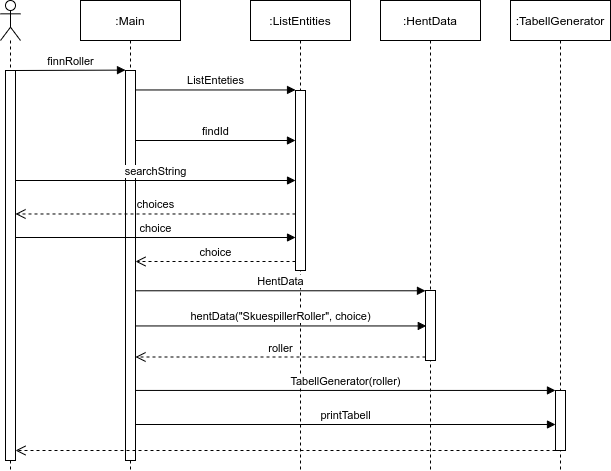
This is img/Sequence_Roller.png from Lunarage/TDT4145, a draw.io export, as it was before one commit. Source tidied: cells renumbered, new cells last; positions are measured from the earlier drawing's top-left corner, leaving out a move shared by most shapes. Its diagram source:
```xml
<mxGraphModel>
  <root>
    <mxCell id="0" />
    <mxCell id="1" parent="0" />
    <mxCell id="2" value=":Main" style="shape=umlLifeline;perimeter=lifelinePerimeter;whiteSpace=wrap;html=1;" parent="1" vertex="1">
      <mxGeometry x="80" width="100" height="470" as="geometry" />
    </mxCell>
    <mxCell id="3" style="html=1;points=[];perimeter=orthogonalPerimeter;" parent="2" vertex="1">
      <mxGeometry x="45" y="70" width="10" height="390" as="geometry" />
    </mxCell>
    <mxCell id="4" value=":ListEntities" style="shape=umlLifeline;perimeter=lifelinePerimeter;whiteSpace=wrap;html=1;" parent="1" vertex="1">
      <mxGeometry x="250" width="100" height="470" as="geometry" />
    </mxCell>
    <mxCell id="5" style="html=1;points=[];perimeter=orthogonalPerimeter;" parent="4" vertex="1">
      <mxGeometry x="45" y="90" width="10" height="180" as="geometry" />
    </mxCell>
    <mxCell id="6" value="findId" style="html=1;verticalAlign=bottom;endArrow=block;entryX=-0.002;entryY=0.499;entryDx=0;entryDy=0;entryPerimeter=0;" parent="1" edge="1">
      <mxGeometry relative="1" as="geometry">
        <mxPoint x="135" y="140" as="sourcePoint" />
        <mxPoint x="295" y="140" as="targetPoint" />
      </mxGeometry>
    </mxCell>
    <mxCell id="7" value="choice" style="html=1;verticalAlign=bottom;endArrow=open;dashed=1;endSize=8;exitX=0;exitY=0.95;" parent="1" edge="1" source="5" target="3">
      <mxGeometry relative="1" as="geometry" />
    </mxCell>
    <mxCell id="8" value=":HentData" style="shape=umlLifeline;perimeter=lifelinePerimeter;whiteSpace=wrap;html=1;" parent="1" vertex="1">
      <mxGeometry x="380" width="100" height="470" as="geometry" />
    </mxCell>
    <mxCell id="9" style="html=1;points=[];perimeter=orthogonalPerimeter;" parent="8" vertex="1">
      <mxGeometry x="45" y="290" width="10" height="70" as="geometry" />
    </mxCell>
    <mxCell id="10" value=":TabellGenerator" style="shape=umlLifeline;perimeter=lifelinePerimeter;whiteSpace=wrap;html=1;" parent="1" vertex="1">
      <mxGeometry x="510" width="100" height="470" as="geometry" />
    </mxCell>
    <mxCell id="11" style="html=1;points=[];perimeter=orthogonalPerimeter;" parent="10" vertex="1">
      <mxGeometry x="45" y="390" width="10" height="60" as="geometry" />
    </mxCell>
    <mxCell id="12" value="hentData(&quot;SkuespillerRoller&quot;, choice)" style="html=1;verticalAlign=bottom;endArrow=block;entryX=0.08;entryY=0.635;entryDx=0;entryDy=0;entryPerimeter=0;" parent="1" edge="1">
      <mxGeometry relative="1" as="geometry">
        <mxPoint x="135" y="325.5" as="sourcePoint" />
        <mxPoint x="425.8" y="325.5" as="targetPoint" />
      </mxGeometry>
    </mxCell>
    <mxCell id="13" value="roller" style="html=1;verticalAlign=bottom;endArrow=open;dashed=1;endSize=8;exitX=0;exitY=0.95;" parent="1" edge="1" source="9" target="3">
      <mxGeometry relative="1" as="geometry" />
    </mxCell>
    <mxCell id="14" value="printTabell" style="html=1;verticalAlign=bottom;endArrow=block;entryX=0;entryY=1;entryDx=0;entryDy=0;entryPerimeter=0;" parent="1" edge="1">
      <mxGeometry relative="1" as="geometry">
        <mxPoint x="135" y="424" as="sourcePoint" />
        <mxPoint x="555" y="424" as="targetPoint" />
      </mxGeometry>
    </mxCell>
    <mxCell id="15" style="shape=umlLifeline;participant=umlActor;perimeter=lifelinePerimeter;whiteSpace=wrap;html=1;verticalAlign=top;spacingTop=36;labelBackgroundColor=#ffffff;" parent="1" vertex="1">
      <mxGeometry width="20" height="470" as="geometry" />
    </mxCell>
    <mxCell id="16" style="html=1;points=[];perimeter=orthogonalPerimeter;" parent="15" vertex="1">
      <mxGeometry x="5" y="70" width="10" height="390" as="geometry" />
    </mxCell>
    <mxCell id="17" value="ListEnteties" style="html=1;verticalAlign=bottom;endArrow=block;entryX=0.004;entryY=-0.003;entryDx=0;entryDy=0;entryPerimeter=0;" parent="1" edge="1" source="3" target="5">
      <mxGeometry relative="1" as="geometry" />
    </mxCell>
    <mxCell id="18" value="TabellGenerator(roller)" style="html=1;verticalAlign=bottom;endArrow=block;entryX=-0.003;entryY=-0.001;entryDx=0;entryDy=0;entryPerimeter=0;" parent="1" edge="1" source="3" target="11">
      <mxGeometry relative="1" as="geometry" />
    </mxCell>
    <mxCell id="19" value="HentData" style="html=1;verticalAlign=bottom;endArrow=block;entryX=-0.003;entryY=0.004;entryDx=0;entryDy=0;entryPerimeter=0;" parent="1" edge="1" source="3" target="9">
      <mxGeometry relative="1" as="geometry" />
    </mxCell>
    <mxCell id="20" value="searchString" style="html=1;verticalAlign=bottom;endArrow=block;entryX=0.003;entryY=0.751;entryDx=0;entryDy=0;entryPerimeter=0;" parent="1" edge="1">
      <mxGeometry relative="1" as="geometry">
        <mxPoint x="15" y="180" as="sourcePoint" />
        <mxPoint x="295" y="180" as="targetPoint" />
      </mxGeometry>
    </mxCell>
    <mxCell id="21" value="choice" style="html=1;verticalAlign=bottom;endArrow=block;entryX=0.003;entryY=0.751;entryDx=0;entryDy=0;entryPerimeter=0;" parent="1" edge="1">
      <mxGeometry relative="1" as="geometry">
        <mxPoint x="15" y="237" as="sourcePoint" />
        <mxPoint x="295" y="237" as="targetPoint" />
      </mxGeometry>
    </mxCell>
    <mxCell id="22" value="finnRoller" style="html=1;verticalAlign=bottom;endArrow=block;exitX=1;exitY=0;exitDx=0;exitDy=0;exitPerimeter=0;entryX=0;entryY=-0.001;entryDx=0;entryDy=0;entryPerimeter=0;" parent="1" edge="1" source="16" target="3">
      <mxGeometry relative="1" as="geometry" />
    </mxCell>
    <mxCell id="23" style="html=1;verticalAlign=bottom;endArrow=open;dashed=1;endSize=8;exitX=0;exitY=1;exitDx=0;exitDy=0;exitPerimeter=0;" parent="1" edge="1" source="11" target="16">
      <mxGeometry x="0.02" y="-10" relative="1" as="geometry" />
    </mxCell>
    <mxCell id="24" value="choices" style="html=1;verticalAlign=bottom;endArrow=open;dashed=1;endSize=8;exitX=0;exitY=0.686;exitDx=0;exitDy=0;exitPerimeter=0;" parent="1" edge="1" source="5" target="16">
      <mxGeometry relative="1" as="geometry" />
    </mxCell>
  </root>
</mxGraphModel>
```
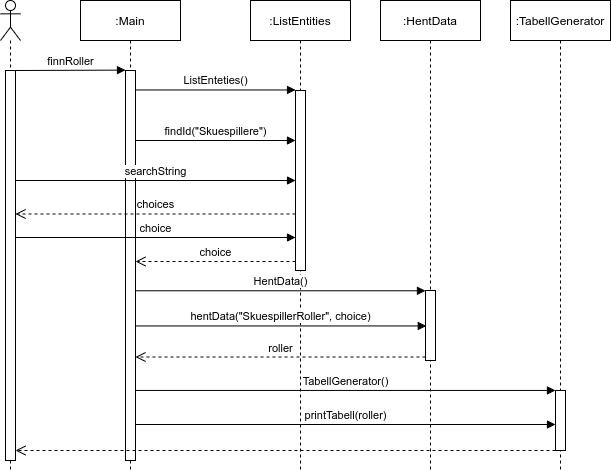
The same diagram one commit later.

Change to the diagram source:
```diff
@@ -14,7 +14,7 @@
     <mxCell id="5" style="html=1;points=[];perimeter=orthogonalPerimeter;" parent="4" vertex="1">
       <mxGeometry x="45" y="90" width="10" height="180" as="geometry" />
     </mxCell>
-    <mxCell id="6" value="findId" style="html=1;verticalAlign=bottom;endArrow=block;entryX=-0.002;entryY=0.499;entryDx=0;entryDy=0;entryPerimeter=0;" parent="1" edge="1">
+    <mxCell id="6" value="findId(&quot;Skuespillere&quot;)" style="html=1;verticalAlign=bottom;endArrow=block;entryX=-0.002;entryY=0.499;entryDx=0;entryDy=0;entryPerimeter=0;" parent="1" edge="1">
       <mxGeometry relative="1" as="geometry">
         <mxPoint x="135" y="140" as="sourcePoint" />
         <mxPoint x="295" y="140" as="targetPoint" />
@@ -44,7 +44,7 @@
     <mxCell id="13" value="roller" style="html=1;verticalAlign=bottom;endArrow=open;dashed=1;endSize=8;exitX=0;exitY=0.95;" parent="1" edge="1" source="9" target="3">
       <mxGeometry relative="1" as="geometry" />
     </mxCell>
-    <mxCell id="14" value="printTabell" style="html=1;verticalAlign=bottom;endArrow=block;entryX=0;entryY=1;entryDx=0;entryDy=0;entryPerimeter=0;" parent="1" edge="1">
+    <mxCell id="14" value="printTabell(roller)" style="html=1;verticalAlign=bottom;endArrow=block;entryX=0;entryY=1;entryDx=0;entryDy=0;entryPerimeter=0;" parent="1" edge="1">
       <mxGeometry relative="1" as="geometry">
         <mxPoint x="135" y="424" as="sourcePoint" />
         <mxPoint x="555" y="424" as="targetPoint" />
@@ -56,13 +56,13 @@
     <mxCell id="16" style="html=1;points=[];perimeter=orthogonalPerimeter;" parent="15" vertex="1">
       <mxGeometry x="5" y="70" width="10" height="390" as="geometry" />
     </mxCell>
-    <mxCell id="17" value="ListEnteties" style="html=1;verticalAlign=bottom;endArrow=block;entryX=0.004;entryY=-0.003;entryDx=0;entryDy=0;entryPerimeter=0;" parent="1" edge="1" source="3" target="5">
+    <mxCell id="17" value="ListEnteties()" style="html=1;verticalAlign=bottom;endArrow=block;entryX=0.004;entryY=-0.003;entryDx=0;entryDy=0;entryPerimeter=0;" parent="1" edge="1" source="3" target="5">
       <mxGeometry relative="1" as="geometry" />
     </mxCell>
-    <mxCell id="18" value="TabellGenerator(roller)" style="html=1;verticalAlign=bottom;endArrow=block;entryX=-0.003;entryY=-0.001;entryDx=0;entryDy=0;entryPerimeter=0;" parent="1" edge="1" source="3" target="11">
+    <mxCell id="18" value="TabellGenerator()" style="html=1;verticalAlign=bottom;endArrow=block;entryX=-0.003;entryY=-0.001;entryDx=0;entryDy=0;entryPerimeter=0;" parent="1" edge="1" source="3" target="11">
       <mxGeometry relative="1" as="geometry" />
     </mxCell>
-    <mxCell id="19" value="HentData" style="html=1;verticalAlign=bottom;endArrow=block;entryX=-0.003;entryY=0.004;entryDx=0;entryDy=0;entryPerimeter=0;" parent="1" edge="1" source="3" target="9">
+    <mxCell id="19" value="HentData()" style="html=1;verticalAlign=bottom;endArrow=block;entryX=-0.003;entryY=0.004;entryDx=0;entryDy=0;entryPerimeter=0;" parent="1" edge="1" source="3" target="9">
       <mxGeometry relative="1" as="geometry" />
     </mxCell>
     <mxCell id="20" value="searchString" style="html=1;verticalAlign=bottom;endArrow=block;entryX=0.003;entryY=0.751;entryDx=0;entryDy=0;entryPerimeter=0;" parent="1" edge="1">
```
